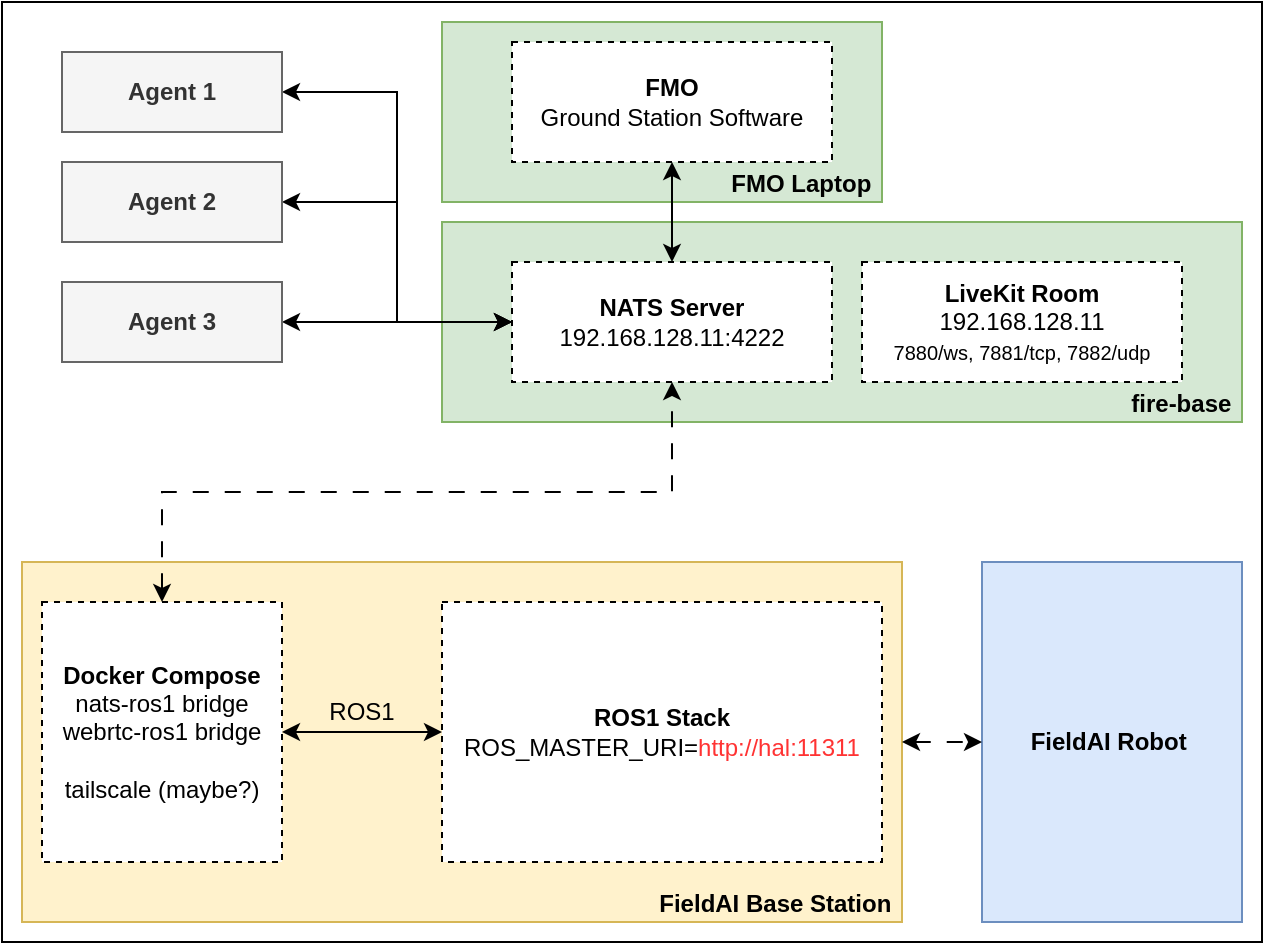
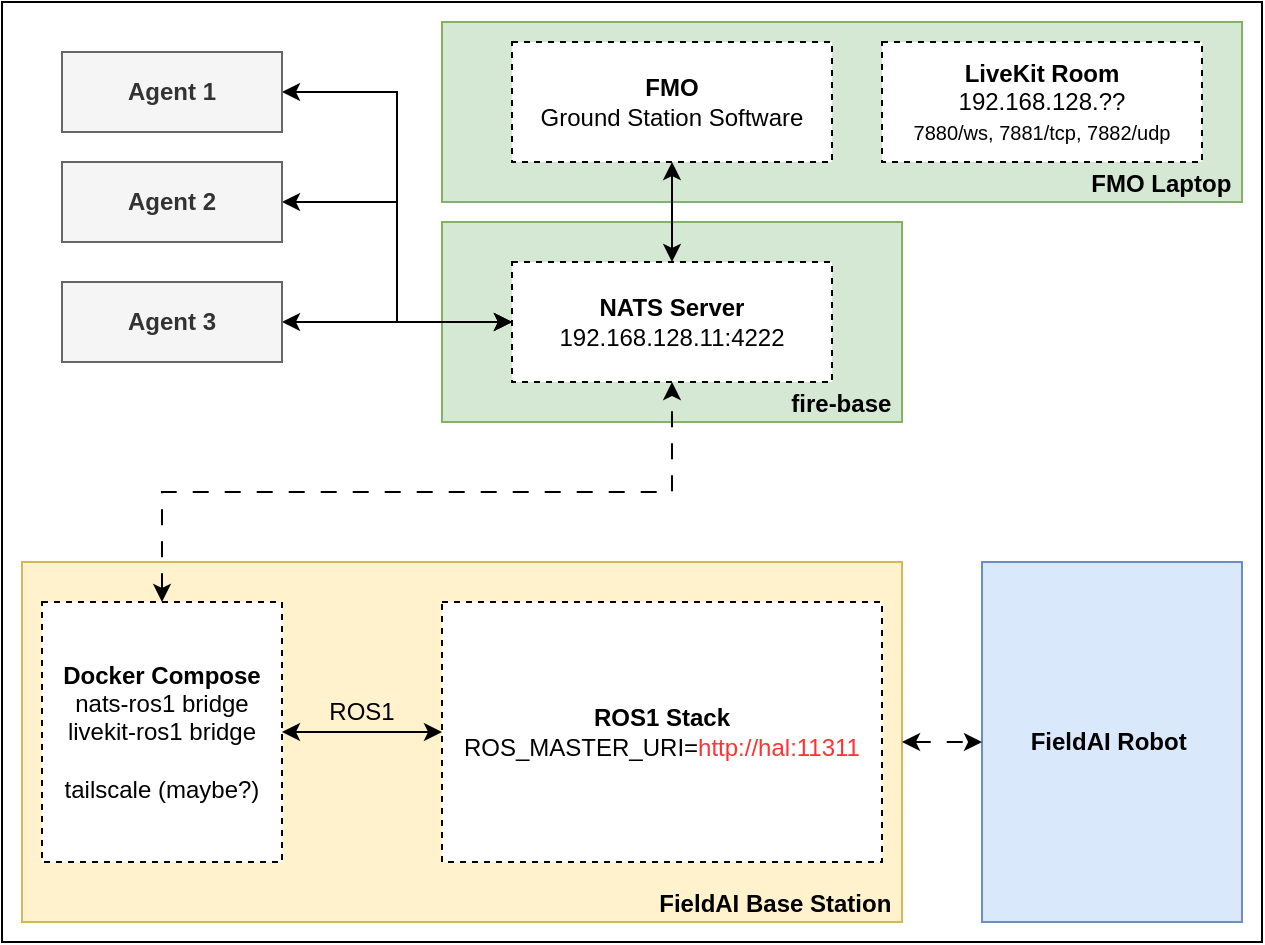
<mxfile host="app.diagrams.net" agent="Mozilla/5.0 (X11; Linux x86_64) AppleWebKit/537.36 (KHTML, like Gecko) draw.io/28.2.5 Chrome/138.0.7204.251 Electron/37.6.1 Safari/537.36">
  <diagram name="Page-1" id="4LKxJmiHCzAgHi-25CAg">
    <mxGraphModel dx="978" dy="538" grid="1" gridSize="10" guides="1" tooltips="1" connect="1" arrows="1" fold="1" page="1" pageScale="1" pageWidth="850" pageHeight="1100" math="0" shadow="0">
      <root>
        <mxCell id="0" />
        <mxCell id="1" parent="0" />
        <mxCell id="ao4_OA2Sh6UKhkAWIHi6-6" parent="1" style="rounded=0;whiteSpace=wrap;html=1;" value="" vertex="1">
          <mxGeometry height="470" width="630" x="140" y="260" as="geometry" />
        </mxCell>
        <mxCell id="K1pB0g2Fk4yvMkdCrYzS-1" parent="1" style="rounded=0;whiteSpace=wrap;html=1;align=right;verticalAlign=bottom;fillColor=#d5e8d4;strokeColor=#82b366;" value="&lt;b&gt;fire-base&amp;nbsp;&lt;/b&gt;" vertex="1">
-           <mxGeometry height="100" width="400" x="360" y="370" as="geometry" />
+           <mxGeometry height="100" width="230" x="360" y="370" as="geometry" />
        </mxCell>
        <mxCell id="NqXXLPDWZZw7BoWwIbQB-7" parent="1" style="rounded=0;whiteSpace=wrap;html=1;align=right;verticalAlign=bottom;fillColor=#d5e8d4;strokeColor=#82b366;" value="&lt;b&gt;FMO Laptop&amp;nbsp;&lt;/b&gt;" vertex="1">
-           <mxGeometry height="90" width="220" x="360" y="270" as="geometry" />
+           <mxGeometry height="90" width="400" x="360" y="270" as="geometry" />
        </mxCell>
        <mxCell id="NqXXLPDWZZw7BoWwIbQB-6" parent="1" style="rounded=0;whiteSpace=wrap;html=1;align=center;verticalAlign=middle;fillColor=#dae8fc;strokeColor=#6c8ebf;" value="&lt;b&gt;FieldAI Robot&amp;nbsp;&lt;/b&gt;" vertex="1">
          <mxGeometry height="180" width="130" x="630" y="540" as="geometry" />
        </mxCell>
        <mxCell id="NqXXLPDWZZw7BoWwIbQB-2" parent="1" style="rounded=0;whiteSpace=wrap;html=1;dashed=1;" value="&lt;b&gt;NATS Server&lt;/b&gt;&lt;div&gt;192.168.128.11:4222&lt;/div&gt;" vertex="1">
          <mxGeometry height="60" width="160" x="395" y="390" as="geometry" />
        </mxCell>
        <mxCell id="33FqFWJDVf2yEUuYl60e-10" edge="1" parent="1" source="NqXXLPDWZZw7BoWwIbQB-8" style="edgeStyle=orthogonalEdgeStyle;rounded=0;orthogonalLoop=1;jettySize=auto;html=1;exitX=0.5;exitY=1;exitDx=0;exitDy=0;entryX=0.5;entryY=0;entryDx=0;entryDy=0;startArrow=classic;startFill=1;" target="NqXXLPDWZZw7BoWwIbQB-2">
          <mxGeometry relative="1" as="geometry" />
        </mxCell>
        <mxCell id="NqXXLPDWZZw7BoWwIbQB-8" parent="1" style="rounded=0;whiteSpace=wrap;html=1;dashed=1;" value="&lt;b&gt;FMO&lt;/b&gt;&lt;div&gt;Ground Station Software&lt;/div&gt;" vertex="1">
          <mxGeometry height="60" width="160" x="395" y="280" as="geometry" />
        </mxCell>
        <mxCell id="33FqFWJDVf2yEUuYl60e-5" edge="1" parent="1" source="33FqFWJDVf2yEUuYl60e-2" style="edgeStyle=orthogonalEdgeStyle;rounded=0;orthogonalLoop=1;jettySize=auto;html=1;exitX=1;exitY=0.5;exitDx=0;exitDy=0;entryX=0;entryY=0.5;entryDx=0;entryDy=0;startArrow=classic;startFill=1;" target="NqXXLPDWZZw7BoWwIbQB-2">
          <mxGeometry relative="1" as="geometry" />
        </mxCell>
        <mxCell id="33FqFWJDVf2yEUuYl60e-2" parent="1" style="rounded=0;whiteSpace=wrap;html=1;align=center;verticalAlign=middle;fillColor=#f5f5f5;fontColor=#333333;strokeColor=#666666;" value="&lt;b&gt;Agent 1&lt;/b&gt;" vertex="1">
          <mxGeometry height="40" width="110" x="170" y="285" as="geometry" />
        </mxCell>
        <mxCell id="33FqFWJDVf2yEUuYl60e-6" edge="1" parent="1" source="33FqFWJDVf2yEUuYl60e-3" style="edgeStyle=orthogonalEdgeStyle;rounded=0;orthogonalLoop=1;jettySize=auto;html=1;exitX=1;exitY=0.5;exitDx=0;exitDy=0;entryX=0;entryY=0.5;entryDx=0;entryDy=0;startArrow=classic;startFill=1;" target="NqXXLPDWZZw7BoWwIbQB-2">
          <mxGeometry relative="1" as="geometry" />
        </mxCell>
        <mxCell id="33FqFWJDVf2yEUuYl60e-3" parent="1" style="rounded=0;whiteSpace=wrap;html=1;align=center;verticalAlign=middle;fillColor=#f5f5f5;fontColor=#333333;strokeColor=#666666;" value="&lt;b&gt;Agent 2&lt;/b&gt;" vertex="1">
          <mxGeometry height="40" width="110" x="170" y="340" as="geometry" />
        </mxCell>
        <mxCell id="33FqFWJDVf2yEUuYl60e-7" edge="1" parent="1" source="33FqFWJDVf2yEUuYl60e-4" style="edgeStyle=orthogonalEdgeStyle;rounded=0;orthogonalLoop=1;jettySize=auto;html=1;exitX=1;exitY=0.5;exitDx=0;exitDy=0;entryX=0;entryY=0.5;entryDx=0;entryDy=0;startArrow=classic;startFill=1;" target="NqXXLPDWZZw7BoWwIbQB-2">
          <mxGeometry relative="1" as="geometry" />
        </mxCell>
        <mxCell id="33FqFWJDVf2yEUuYl60e-4" parent="1" style="rounded=0;whiteSpace=wrap;html=1;align=center;verticalAlign=middle;fillColor=#f5f5f5;fontColor=#333333;strokeColor=#666666;" value="&lt;b&gt;Agent 3&lt;/b&gt;" vertex="1">
          <mxGeometry height="40" width="110" x="170" y="400" as="geometry" />
        </mxCell>
        <mxCell id="Mt-QOnj-M8pVkXTkuhvp-1" parent="1" style="rounded=0;whiteSpace=wrap;html=1;verticalAlign=bottom;align=right;fillColor=#fff2cc;strokeColor=#d6b656;" value="&lt;div&gt;&lt;b&gt;FieldAI Base Station&amp;nbsp;&lt;/b&gt;&lt;/div&gt;" vertex="1">
          <mxGeometry height="180" width="440" x="150" y="540" as="geometry" />
        </mxCell>
-         <mxCell id="NqXXLPDWZZw7BoWwIbQB-3" parent="1" style="rounded=0;whiteSpace=wrap;html=1;verticalAlign=middle;dashed=1;" value="&lt;div&gt;&lt;b&gt;Docker Compose&lt;/b&gt;&lt;/div&gt;&lt;div&gt;nats-ros1 bridge&lt;/div&gt;&lt;div&gt;webrtc-ros1 bridge&lt;/div&gt;&lt;div&gt;&lt;br&gt;&lt;/div&gt;&lt;div&gt;tailscale (maybe?)&lt;/div&gt;" vertex="1">
+         <mxCell id="NqXXLPDWZZw7BoWwIbQB-3" parent="1" style="rounded=0;whiteSpace=wrap;html=1;verticalAlign=middle;dashed=1;" value="&lt;div&gt;&lt;b&gt;Docker Compose&lt;/b&gt;&lt;/div&gt;&lt;div&gt;nats-ros1 bridge&lt;/div&gt;&lt;div&gt;livekit-ros1 bridge&lt;/div&gt;&lt;div&gt;&lt;br&gt;&lt;/div&gt;&lt;div&gt;tailscale (maybe?)&lt;/div&gt;" vertex="1">
          <mxGeometry height="130" width="120" x="160" y="560" as="geometry" />
        </mxCell>
        <mxCell id="1vgdmPXWtOp6ZMq3ka-s-1" parent="1" style="rounded=0;whiteSpace=wrap;html=1;dashed=1;" value="&lt;b&gt;ROS1 Stack&lt;/b&gt;&lt;br&gt;ROS_MASTER_URI=&lt;font style=&quot;color: rgb(255, 51, 51);&quot;&gt;http://hal:11311&lt;/font&gt;" vertex="1">
          <mxGeometry height="130" width="220" x="360" y="560" as="geometry" />
        </mxCell>
        <mxCell id="33FqFWJDVf2yEUuYl60e-9" parent="1" style="text;html=1;align=center;verticalAlign=middle;whiteSpace=wrap;rounded=0;rotation=0;" value="ROS1" vertex="1">
          <mxGeometry height="30" width="60" x="290" y="600" as="geometry" />
        </mxCell>
        <mxCell id="NqXXLPDWZZw7BoWwIbQB-9" edge="1" parent="1" source="NqXXLPDWZZw7BoWwIbQB-3" style="edgeStyle=orthogonalEdgeStyle;rounded=0;orthogonalLoop=1;jettySize=auto;html=1;startArrow=classic;startFill=1;entryX=0;entryY=0.5;entryDx=0;entryDy=0;" target="1vgdmPXWtOp6ZMq3ka-s-1">
          <mxGeometry relative="1" as="geometry" />
        </mxCell>
        <mxCell id="NqXXLPDWZZw7BoWwIbQB-10" edge="1" parent="1" source="NqXXLPDWZZw7BoWwIbQB-3" style="edgeStyle=orthogonalEdgeStyle;rounded=0;orthogonalLoop=1;jettySize=auto;html=1;exitX=0.5;exitY=0;exitDx=0;exitDy=0;startArrow=classic;startFill=1;dashed=1;dashPattern=8 8;" target="NqXXLPDWZZw7BoWwIbQB-2">
          <mxGeometry relative="1" as="geometry" />
        </mxCell>
        <mxCell id="1vgdmPXWtOp6ZMq3ka-s-3" edge="1" parent="1" source="Mt-QOnj-M8pVkXTkuhvp-1" style="edgeStyle=orthogonalEdgeStyle;rounded=0;orthogonalLoop=1;jettySize=auto;html=1;exitX=1;exitY=0.5;exitDx=0;exitDy=0;startArrow=classic;startFill=1;entryX=0;entryY=0.5;entryDx=0;entryDy=0;dashed=1;dashPattern=8 8;" target="NqXXLPDWZZw7BoWwIbQB-6">
          <mxGeometry relative="1" as="geometry">
            <mxPoint x="460" y="660" as="sourcePoint" />
            <mxPoint x="710" y="530" as="targetPoint" />
          </mxGeometry>
        </mxCell>
-         <mxCell id="qBYYMGFewZOWRPkuQaBo-1" parent="1" style="rounded=0;whiteSpace=wrap;html=1;dashed=1;" value="&lt;div&gt;&lt;b&gt;LiveKit Room&lt;/b&gt;&lt;/div&gt;&lt;div&gt;192.168.128.11&lt;/div&gt;&lt;div&gt;&lt;span style=&quot;font-size: x-small;&quot;&gt;7880/ws, 7881/tcp, 7882/udp&lt;/span&gt;&lt;/div&gt;" vertex="1">
-           <mxGeometry height="60" width="160" x="570" y="390" as="geometry" />
+         <mxCell id="qBYYMGFewZOWRPkuQaBo-1" parent="1" style="rounded=0;whiteSpace=wrap;html=1;dashed=1;" value="&lt;div&gt;&lt;b&gt;LiveKit Room&lt;/b&gt;&lt;/div&gt;&lt;div&gt;192.168.128.??&lt;/div&gt;&lt;div&gt;&lt;span style=&quot;font-size: x-small;&quot;&gt;7880/ws, 7881/tcp, 7882/udp&lt;/span&gt;&lt;/div&gt;" vertex="1">
+           <mxGeometry height="60" width="160" x="580" y="280" as="geometry" />
        </mxCell>
      </root>
    </mxGraphModel>
  </diagram>
</mxfile>
